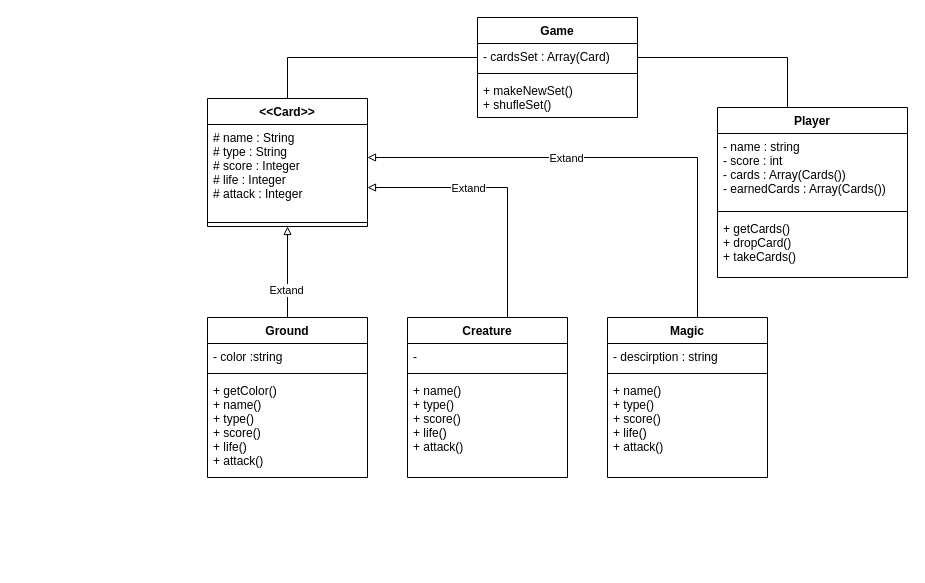
Above: UML/Diagrams.drawio in Full-stack-Java-Larael/Jeu-de-cartes (draw.io), before the change. Source tidied: cells renumbered, new cells numbered last; positions are measured from the earlier drawing's top-left corner, leaving out a move shared by most shapes. Both pictures are drawn from the tidied source at 100%, with x=0, y=0 at pixel (207, 17).
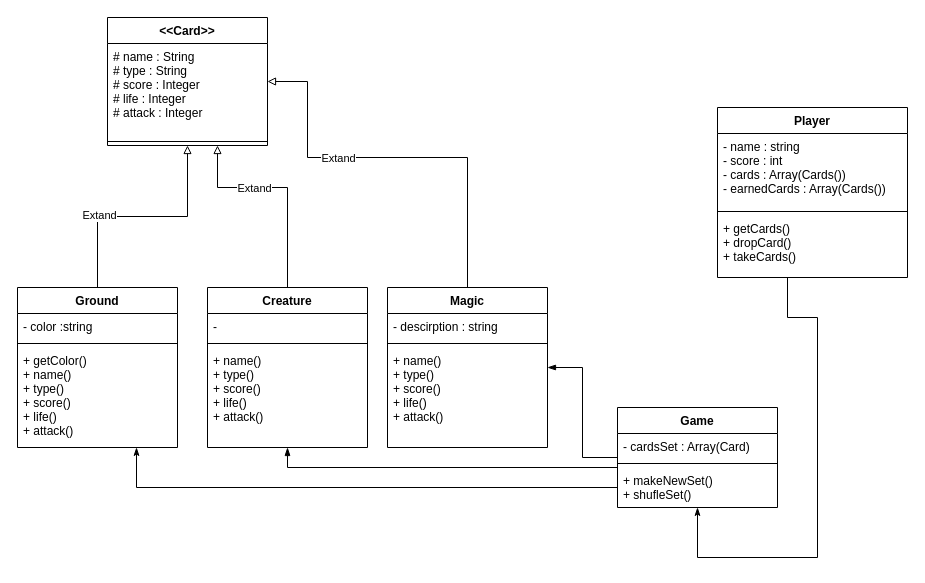
Above is the later version.

Unchanged cells that the change refers to:
```xml
<mxCell id="8" value="Player" style="swimlane;fontStyle=1;align=center;verticalAlign=top;horizontal=1;startSize=26;" parent="1" vertex="1">
  <mxGeometry x="510" y="90" width="190" height="170" as="geometry" />
</mxCell>
```

Diff of the diagram source:
```diff
@@
     <mxCell id="4" style="edgeStyle=orthogonalEdgeStyle;rounded=0;jettySize=auto;html=1;endArrow=block;endFill=0;" parent="1" edge="1" source="29" target="13">
       <mxGeometry relative="1" as="geometry">
         <Array as="points">
-          <mxPoint x="490" y="140" />
+          <mxPoint x="260" y="140" />
+          <mxPoint x="100" y="140" />
+          <mxPoint x="100" y="64" />
         </Array>
       </mxGeometry>
     </mxCell>
@@
     <mxCell id="6" style="edgeStyle=orthogonalEdgeStyle;rounded=0;jettySize=auto;html=1;endArrow=block;endFill=0;" parent="1" edge="1" source="25" target="13">
       <mxGeometry relative="1" as="geometry">
         <Array as="points">
-          <mxPoint x="300" y="170" />
+          <mxPoint x="80" y="170" />
+          <mxPoint x="10" y="170" />
         </Array>
       </mxGeometry>
     </mxCell>
@@
-    <mxCell id="12" style="edgeStyle=orthogonalEdgeStyle;rounded=0;jettySize=auto;html=1;endArrow=none;endFill=0;" parent="1" edge="1" source="8" target="16">
+    <mxCell id="12" style="edgeStyle=orthogonalEdgeStyle;rounded=0;jettySize=auto;html=1;endArrow=classicThin;endFill=1;" parent="1" edge="1" source="8" target="16">
       <mxGeometry relative="1" as="geometry">
         <Array as="points">
-          <mxPoint x="580" y="40" />
+          <mxPoint x="580" y="300" />
+          <mxPoint x="610" y="300" />
+          <mxPoint x="610" y="540" />
         </Array>
       </mxGeometry>
     </mxCell>
     <mxCell id="13" value="&lt;&lt;Card&gt;&gt;" style="swimlane;fontStyle=1;align=center;verticalAlign=top;horizontal=1;startSize=26;" parent="1" vertex="1">
-      <mxGeometry y="81" width="160" height="128" as="geometry" />
+      <mxGeometry x="-100" width="160" height="128" as="geometry" />
     </mxCell>
@@
+    <mxCell id="33" style="edgeStyle=orthogonalEdgeStyle;rounded=0;jettySize=auto;html=1;endArrow=blockThin;endFill=1;" parent="1" edge="1" source="16" target="29">
+      <mxGeometry relative="1" as="geometry" />
+    </mxCell>
+    <mxCell id="34" style="edgeStyle=orthogonalEdgeStyle;rounded=0;jettySize=auto;html=1;endArrow=blockThin;endFill=1;" parent="1" edge="1" source="16" target="25">
+      <mxGeometry relative="1" as="geometry">
+        <Array as="points">
+          <mxPoint x="80" y="450" />
+        </Array>
+      </mxGeometry>
+    </mxCell>
+    <mxCell id="35" style="edgeStyle=orthogonalEdgeStyle;rounded=0;jettySize=auto;html=1;endArrow=classicThin;endFill=1;" parent="1" edge="1" source="16" target="21">
+      <mxGeometry relative="1" as="geometry">
+        <Array as="points">
+          <mxPoint x="-71" y="470" />
+        </Array>
+      </mxGeometry>
+    </mxCell>
     <mxCell id="16" value="Game" style="swimlane;fontStyle=1;align=center;verticalAlign=top;horizontal=1;startSize=26;" parent="1" vertex="1">
-      <mxGeometry x="270" width="160" height="100" as="geometry" />
+      <mxGeometry x="410" y="390" width="160" height="100" as="geometry" />
     </mxCell>
@@
-    <mxCell id="20" style="edgeStyle=orthogonalEdgeStyle;rounded=0;jettySize=auto;html=1;endArrow=none;endFill=0;" parent="1" edge="1" source="13" target="16">
-      <mxGeometry relative="1" as="geometry">
-        <Array as="points">
-          <mxPoint x="80" y="40" />
-        </Array>
-      </mxGeometry>
-    </mxCell>
     <mxCell id="21" value="Ground" style="swimlane;fontStyle=1;align=center;verticalAlign=top;horizontal=1;startSize=26;" parent="1" vertex="1">
-      <mxGeometry y="300" width="160" height="160" as="geometry" />
+      <mxGeometry x="-190" y="270" width="160" height="160" as="geometry" />
     </mxCell>
@@
     <mxCell id="25" value="Creature" style="swimlane;fontStyle=1;align=center;verticalAlign=top;horizontal=1;startSize=26;" parent="1" vertex="1">
-      <mxGeometry x="200" y="300" width="160" height="160" as="geometry" />
+      <mxGeometry y="270" width="160" height="160" as="geometry" />
     </mxCell>
@@
     <mxCell id="29" value="Magic" style="swimlane;fontStyle=1;align=center;verticalAlign=top;horizontal=1;startSize=26;" parent="1" vertex="1">
-      <mxGeometry x="400" y="300" width="160" height="160" as="geometry" />
+      <mxGeometry x="180" y="270" width="160" height="160" as="geometry" />
     </mxCell>
```
